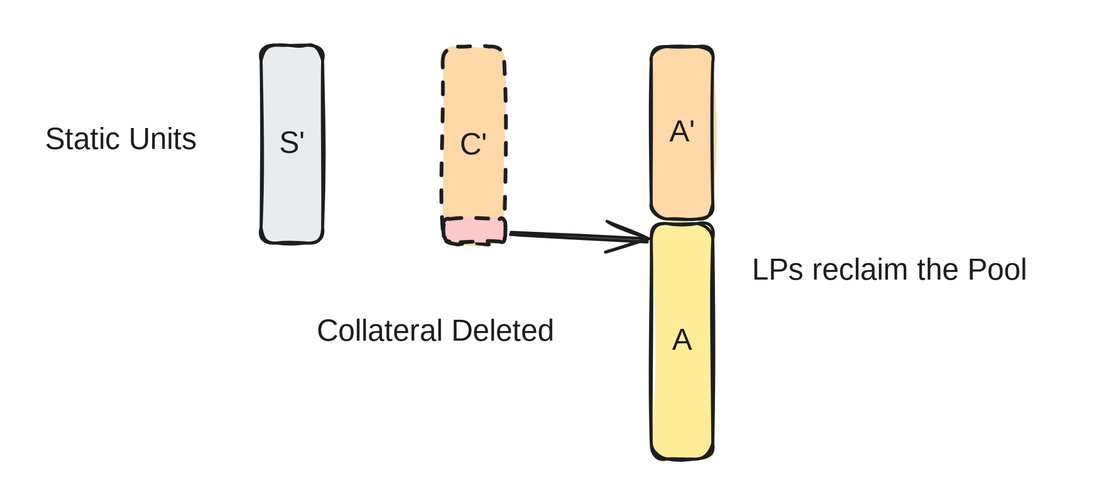
Above: .gitbook/assets/file.excalidraw (15).svg in decaswap-labs/docs (Excalidraw), before the change. Source tidied: one line per element, renumbered; positions are measured from the earlier drawing's top-left corner, leaving out a move shared by most shapes.
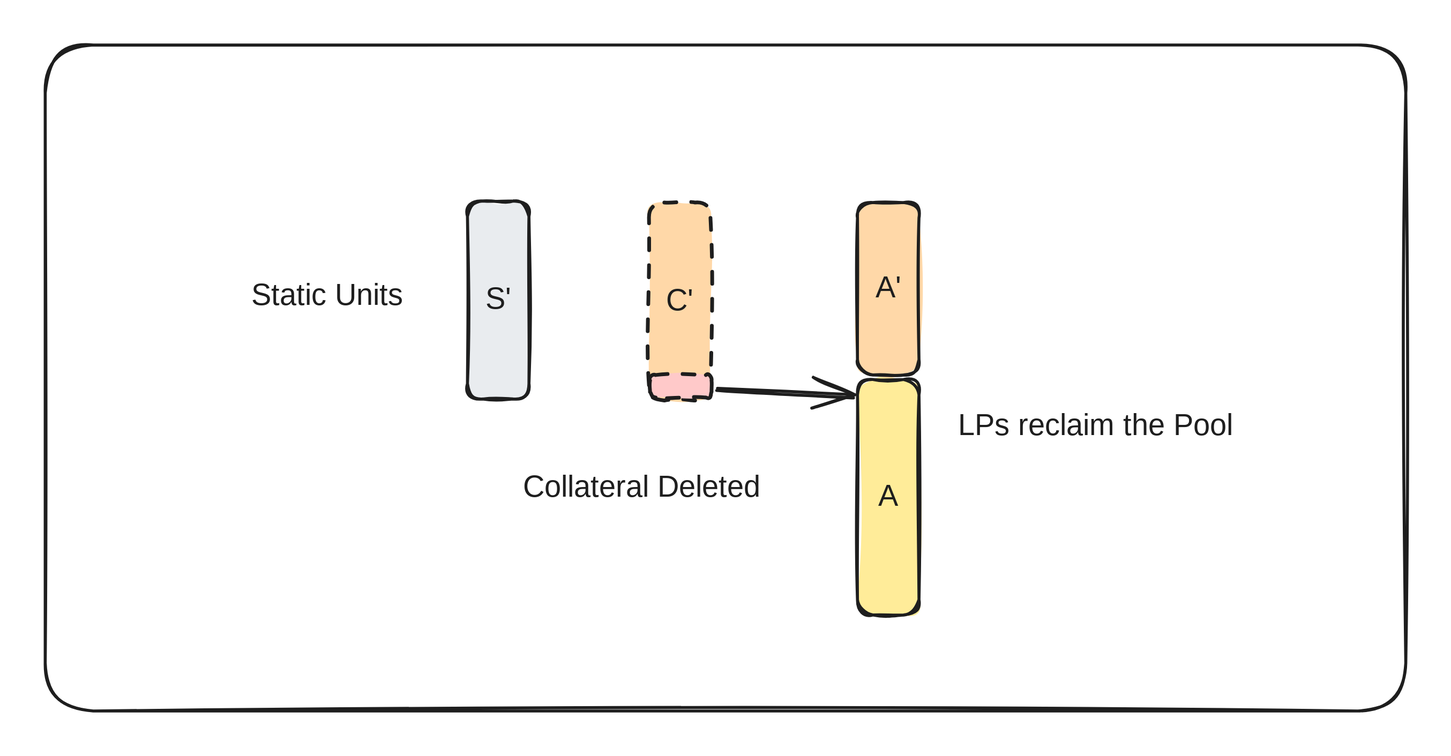
After the change.

Change to the diagram source:
```diff
@@ -11,3 +11,4 @@
 {"id": 10, "type": "text", "text": "Collateral Deleted", "strokeColor": "#1e1e1e", "backgroundColor": "#e9ecef", "fillStyle": "solid", "strokeWidth": 2, "roughness": 1, "fontSize": 20, "fontFamily": 1, "x": 181, "y": 179, "width": 184, "height": 25}
 {"id": 11, "type": "rectangle", "strokeColor": "#1e1e1e", "backgroundColor": "#ffc9c9", "fillStyle": "solid", "strokeWidth": 2, "strokeStyle": "dashed", "roughness": 1, "round": true, "x": 266, "y": 116, "width": 41, "height": 15}
 {"id": 12, "type": "text", "text": "Static Units", "strokeColor": "#1e1e1e", "backgroundColor": "#e9ecef", "fillStyle": "solid", "strokeWidth": 2, "roughness": 1, "fontSize": 20, "fontFamily": 1, "x": 0, "y": 51, "width": 123, "height": 25}
+{"id": 13, "type": "rectangle", "strokeColor": "#1e1e1e", "strokeWidth": 2, "roughness": 1, "round": true, "x": -137, "y": -104, "width": 907, "height": 444}
```
